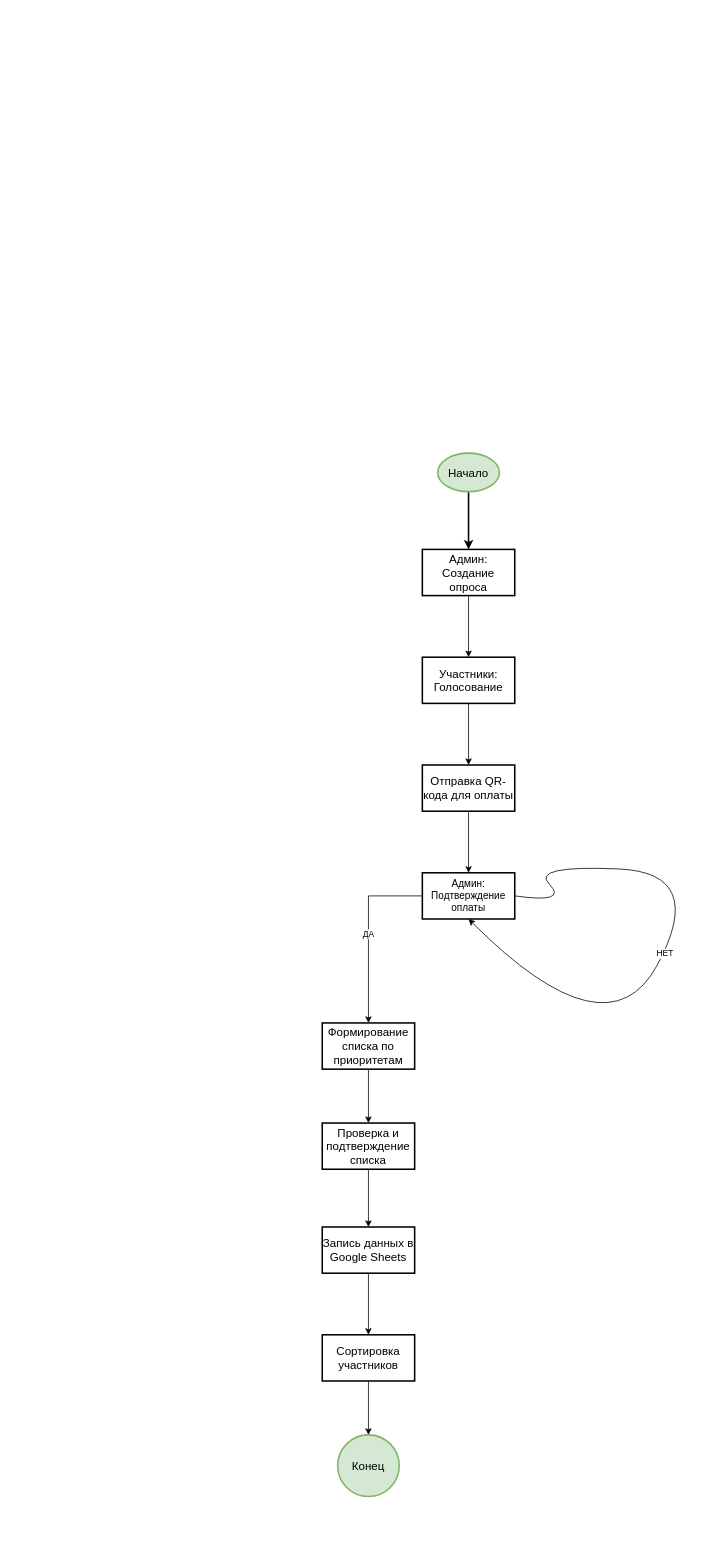
Earlier version of the draw.io diagram Диаграмма без названия.drawio (NatashaTronina/tg_bot). Source tidied: cells renumbered, new cells numbered last; positions are measured from the earlier drawing's top-left corner, leaving out a move shared by most shapes. Both pictures are drawn from the tidied source at 77%, with x=0, y=0 at pixel (322, 453).
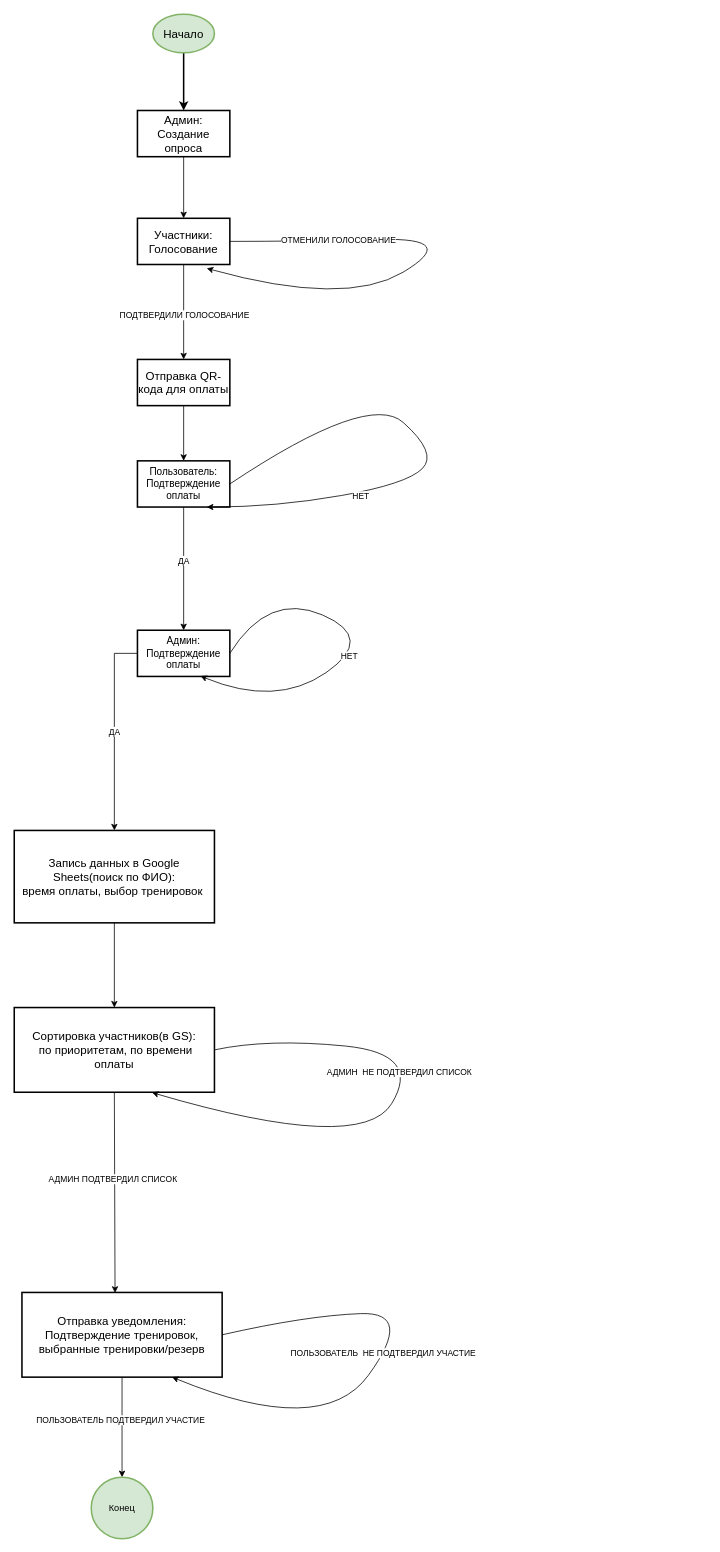
Above is the later version.

Commit message:
Фигня какая-та

Diff of the diagram source:
```diff
@@
-    <mxCell id="2" style="group;" parent="1" vertex="1">
-      <mxGeometry width="500" height="1355" as="geometry" />
-    </mxCell>
-    <mxCell id="3" style="edgeStyle=orthogonalEdgeStyle;rounded=0;jettySize=auto;html=1;strokeWidth=2;" parent="2" edge="1" source="4" target="6">
+    <mxCell id="3" style="edgeStyle=orthogonalEdgeStyle;rounded=0;jettySize=auto;html=1;strokeWidth=2;" parent="1" edge="1" source="4" target="6">
       <mxGeometry relative="1" as="geometry" />
     </mxCell>
-    <mxCell id="4" value="&lt;font style=&quot;font-size: 15px;&quot;&gt;Начало&lt;/font&gt;" style="ellipse;whiteSpace=wrap;html=1;fillColor=#d5e8d4;strokeColor=#82b366;strokeWidth=2;" parent="2" vertex="1">
-      <mxGeometry x="150" width="80" height="50" as="geometry" />
+    <mxCell id="4" value="&lt;font style=&quot;font-size: 15px;&quot;&gt;Начало&lt;/font&gt;" style="ellipse;whiteSpace=wrap;html=1;fillColor=#d5e8d4;strokeColor=#82b366;strokeWidth=2;" parent="1" vertex="1">
+      <mxGeometry x="-220" y="-570" width="80" height="50" as="geometry" />
     </mxCell>
-    <mxCell id="5" style="edgeStyle=orthogonalEdgeStyle;rounded=0;jettySize=auto;html=1;" parent="2" edge="1" source="6" target="8">
+    <mxCell id="5" style="edgeStyle=orthogonalEdgeStyle;rounded=0;jettySize=auto;html=1;" parent="1" edge="1" source="6" target="8">
       <mxGeometry relative="1" as="geometry" />
     </mxCell>
-    <mxCell id="6" value="&lt;font style=&quot;font-size: 15px;&quot;&gt;Админ:&lt;/font&gt;&lt;div&gt;&lt;font style=&quot;font-size: 15px;&quot;&gt;Создание опроса&lt;/font&gt;&lt;/div&gt;" style="whiteSpace=wrap;html=1;fillColor=none;strokeColor=#000000;strokeWidth=2;" parent="2" vertex="1">
-      <mxGeometry x="130" y="125" width="120" height="60" as="geometry" />
+    <mxCell id="6" value="&lt;font style=&quot;font-size: 15px;&quot;&gt;Админ:&lt;/font&gt;&lt;div&gt;&lt;font style=&quot;font-size: 15px;&quot;&gt;Создание опроса&lt;/font&gt;&lt;/div&gt;" style="whiteSpace=wrap;html=1;fillColor=none;strokeColor=#000000;strokeWidth=2;" parent="1" vertex="1">
+      <mxGeometry x="-240" y="-445" width="120" height="60" as="geometry" />
     </mxCell>
-    <mxCell id="7" style="edgeStyle=orthogonalEdgeStyle;rounded=0;jettySize=auto;html=1;" parent="2" edge="1" source="8" target="10">
+    <mxCell id="7" style="edgeStyle=orthogonalEdgeStyle;rounded=0;jettySize=auto;html=1;" parent="1" edge="1" source="8" target="10">
       <mxGeometry relative="1" as="geometry" />
     </mxCell>
+    <mxCell id="25" value="ПОДТВЕРДИЛИ ГОЛОСОВАНИЕ" style="edgeLabel;html=1;align=center;verticalAlign=middle;" parent="7" vertex="1">
+      <mxGeometry x="-0.22" y="1" relative="1" as="geometry">
+        <mxPoint x="-1" y="17" as="offset" />
+      </mxGeometry>
+    </mxCell>
-    <mxCell id="8" value="&lt;font style=&quot;font-size: 15px;&quot;&gt;Участники:&lt;/font&gt;&lt;div&gt;&lt;font style=&quot;font-size: 15px;&quot;&gt;Голосование&lt;/font&gt;&lt;/div&gt;" style="whiteSpace=wrap;html=1;fillColor=none;strokeColor=#000000;strokeWidth=2;" parent="2" vertex="1">
-      <mxGeometry x="130" y="265" width="120" height="60" as="geometry" />
+    <mxCell id="8" value="&lt;font style=&quot;font-size: 15px;&quot;&gt;Участники:&lt;/font&gt;&lt;div&gt;&lt;font style=&quot;font-size: 15px;&quot;&gt;Голосование&lt;/font&gt;&lt;/div&gt;" style="whiteSpace=wrap;html=1;fillColor=none;strokeColor=#000000;strokeWidth=2;" parent="1" vertex="1">
+      <mxGeometry x="-240" y="-305" width="120" height="60" as="geometry" />
     </mxCell>
-    <mxCell id="9" style="edgeStyle=orthogonalEdgeStyle;rounded=0;jettySize=auto;html=1;" parent="2" edge="1" source="10" target="13">
-      <mxGeometry relative="1" as="geometry" />
-    </mxCell>
+    <mxCell id="26" style="edgeStyle=orthogonalEdgeStyle;rounded=0;jettySize=auto;html=1;exitX=0.5;exitY=1;exitDx=0;exitDy=0;entryX=0.5;entryY=0;entryDx=0;entryDy=0;" parent="1" edge="1" source="10" target="29">
+      <mxGeometry relative="1" as="geometry" />
+    </mxCell>
-    <mxCell id="10" value="&lt;font style=&quot;font-size: 15px;&quot;&gt;Отправка QR-кода для оплаты&lt;/font&gt;" style="whiteSpace=wrap;html=1;fillColor=none;strokeColor=#000000;strokeWidth=2;" parent="2" vertex="1">
-      <mxGeometry x="130" y="405" width="120" height="60" as="geometry" />
+    <mxCell id="10" value="&lt;font style=&quot;font-size: 15px;&quot;&gt;Отправка QR-кода для оплаты&lt;/font&gt;" style="whiteSpace=wrap;html=1;fillColor=none;strokeColor=#000000;strokeWidth=2;" parent="1" vertex="1">
+      <mxGeometry x="-240" y="-121.7" width="120" height="60" as="geometry" />
     </mxCell>
-    <mxCell id="11" style="edgeStyle=orthogonalEdgeStyle;rounded=0;jettySize=auto;html=1;" parent="2" edge="1" source="13" target="15">
+    <mxCell id="11" style="edgeStyle=orthogonalEdgeStyle;rounded=0;jettySize=auto;html=1;entryX=0.5;entryY=0;entryDx=0;entryDy=0;" parent="1" edge="1" source="13" target="19">
       <mxGeometry relative="1" as="geometry">
         <Array as="points">
-          <mxPoint x="60" y="575" />
-          <mxPoint x="60" y="715" />
+          <mxPoint x="-270" y="260" />
         </Array>
       </mxGeometry>
     </mxCell>
@@
-    <mxCell id="13" value="&lt;font style=&quot;font-size: 13px;&quot;&gt;Админ:&lt;/font&gt;&lt;div&gt;&lt;font style=&quot;font-size: 13px;&quot;&gt;Подтверждение оплаты&lt;/font&gt;&lt;/div&gt;" style="whiteSpace=wrap;html=1;fillColor=none;strokeColor=#000000;strokeWidth=2;" parent="2" vertex="1">
-      <mxGeometry x="130" y="545" width="120" height="60" as="geometry" />
+    <mxCell id="13" value="&lt;font style=&quot;font-size: 13px;&quot;&gt;Админ:&lt;/font&gt;&lt;div&gt;&lt;font style=&quot;font-size: 13px;&quot;&gt;Подтверждение оплаты&lt;/font&gt;&lt;/div&gt;" style="whiteSpace=wrap;html=1;fillColor=none;strokeColor=#000000;strokeWidth=2;" parent="1" vertex="1">
+      <mxGeometry x="-240" y="230" width="120" height="60" as="geometry" />
     </mxCell>
-    <mxCell id="14" style="edgeStyle=orthogonalEdgeStyle;rounded=0;jettySize=auto;html=1;" parent="2" edge="1" source="15" target="17">
-      <mxGeometry relative="1" as="geometry" />
-    </mxCell>
-    <mxCell id="15" value="&lt;font style=&quot;font-size: 15px;&quot;&gt;Формирование списка по приоритетам&lt;/font&gt;" style="whiteSpace=wrap;html=1;fillColor=none;strokeColor=#000000;strokeWidth=2;" parent="2" vertex="1">
-      <mxGeometry y="740" width="120" height="60" as="geometry" />
-    </mxCell>
-    <mxCell id="16" style="edgeStyle=orthogonalEdgeStyle;rounded=0;jettySize=auto;html=1;" parent="2" edge="1" source="17" target="19">
-      <mxGeometry relative="1" as="geometry" />
-    </mxCell>
-    <mxCell id="17" value="&lt;font style=&quot;font-size: 15px;&quot;&gt;Проверка и подтверждение списка&lt;/font&gt;" style="whiteSpace=wrap;html=1;fillColor=none;strokeColor=#000000;strokeWidth=2;" parent="2" vertex="1">
-      <mxGeometry y="870" width="120" height="60" as="geometry" />
-    </mxCell>
-    <mxCell id="18" style="edgeStyle=orthogonalEdgeStyle;rounded=0;jettySize=auto;html=1;" parent="2" edge="1" source="19" target="23">
+    <mxCell id="18" style="edgeStyle=orthogonalEdgeStyle;rounded=0;jettySize=auto;html=1;" parent="1" edge="1" source="19" target="23">
       <mxGeometry relative="1" as="geometry" />
     </mxCell>
-    <mxCell id="19" value="&lt;span style=&quot;font-size: 15px;&quot;&gt;Запись данных в Google Sheets&lt;/span&gt;" style="whiteSpace=wrap;html=1;fillColor=none;strokeColor=#000000;strokeWidth=2;" parent="2" vertex="1">
-      <mxGeometry y="1005" width="120" height="60" as="geometry" />
+    <mxCell id="19" value="&lt;span style=&quot;font-size: 15px;&quot;&gt;Запись данных в Google Sheets(поиск по ФИО):&lt;/span&gt;&lt;div&gt;&lt;span style=&quot;font-size: 15px;&quot;&gt;время оплаты, выбор тренировок&amp;nbsp;&lt;/span&gt;&lt;/div&gt;" style="whiteSpace=wrap;html=1;fillColor=none;strokeColor=#000000;strokeWidth=2;" parent="1" vertex="1">
+      <mxGeometry x="-400" y="490" width="260" height="120" as="geometry" />
     </mxCell>
+    <mxCell id="23" value="&lt;font style=&quot;font-size: 15px;&quot;&gt;Сортировка участников(в GS):&lt;/font&gt;&lt;div&gt;&lt;font style=&quot;font-size: 15px;&quot;&gt;&amp;nbsp;по приоритетам, по времени оплаты&lt;/font&gt;&lt;/div&gt;" style="whiteSpace=wrap;html=1;fillColor=none;strokeColor=#000000;strokeWidth=2;" parent="1" vertex="1">
+      <mxGeometry x="-400" y="720" width="260" height="110" as="geometry" />
+    </mxCell>
+    <mxCell id="27" style="edgeStyle=orthogonalEdgeStyle;rounded=0;jettySize=auto;html=1;exitX=0.5;exitY=1;exitDx=0;exitDy=0;entryX=0.5;entryY=0;entryDx=0;entryDy=0;" parent="1" edge="1" source="29" target="13">
+      <mxGeometry relative="1" as="geometry" />
+    </mxCell>
+    <mxCell id="28" value="ДА" style="edgeLabel;html=1;align=center;verticalAlign=middle;" parent="27" vertex="1">
+      <mxGeometry x="-0.14" y="-1" relative="1" as="geometry" />
+    </mxCell>
+    <mxCell id="29" value="&lt;div&gt;&lt;font style=&quot;font-size: 13px;&quot;&gt;Пользователь:&lt;/font&gt;&lt;/div&gt;&lt;div&gt;&lt;font style=&quot;font-size: 13px;&quot;&gt;Подтверждение оплаты&lt;/font&gt;&lt;/div&gt;" style="whiteSpace=wrap;html=1;fillColor=none;strokeColor=#000000;strokeWidth=2;" parent="1" vertex="1">
+      <mxGeometry x="-240" y="10" width="120" height="60" as="geometry" />
+    </mxCell>
+    <mxCell id="30" style="curved=1;endArrow=classic;html=1;rounded=0;exitX=1;exitY=0.5;exitDx=0;exitDy=0;entryX=0.75;entryY=1;entryDx=0;entryDy=0;" parent="1" edge="1" source="29" target="29">
+      <mxGeometry relative="1" as="geometry">
+        <Array as="points">
+          <mxPoint x="60" y="-80" />
+          <mxPoint x="150" />
+          <mxPoint x="110" y="40" />
+          <mxPoint x="-60" y="70" />
+        </Array>
+      </mxGeometry>
+    </mxCell>
+    <mxCell id="31" value="НЕТ" style="edgeLabel;html=1;align=center;verticalAlign=middle;" parent="30" vertex="1">
+      <mxGeometry x="0.39" y="5" relative="1" as="geometry" />
+    </mxCell>
-    <mxCell id="20" style="curved=1;endArrow=classic;html=1;rounded=0;exitX=1;exitY=0.5;exitDx=0;exitDy=0;entryX=0.5;entryY=1;entryDx=0;entryDy=0;" parent="2" edge="1" source="13" target="13">
+    <mxCell id="20" style="curved=1;endArrow=classic;html=1;rounded=0;entryX=0.682;entryY=0.991;entryDx=0;entryDy=0;entryPerimeter=0;exitX=1;exitY=0.5;exitDx=0;exitDy=0;" parent="1" edge="1" source="13" target="13">
       <mxGeometry relative="1" as="geometry">
         <Array as="points">
-          <mxPoint x="320" y="585" />
-          <mxPoint x="270" y="535" />
-          <mxPoint x="500" y="545" />
-          <mxPoint x="370" y="785" />
+          <mxPoint x="-70" y="180" />
+          <mxPoint x="70" y="240" />
+          <mxPoint x="-60" y="330" />
         </Array>
       </mxGeometry>
     </mxCell>
-    <mxCell id="21" value="НЕТ" style="edgeLabel;html=1;align=center;verticalAlign=middle;" parent="20" vertex="1">
-      <mxGeometry x="0.09" y="1" relative="1" as="geometry" />
-    </mxCell>
-    <mxCell id="22" style="edgeStyle=orthogonalEdgeStyle;rounded=0;jettySize=auto;html=1;" parent="2" edge="1" source="23" target="24">
-      <mxGeometry relative="1" as="geometry" />
-    </mxCell>
-    <mxCell id="23" value="&lt;font style=&quot;font-size: 15px;&quot;&gt;Сортировка участников&lt;/font&gt;" style="whiteSpace=wrap;html=1;fillColor=none;strokeColor=#000000;strokeWidth=2;" parent="2" vertex="1">
-      <mxGeometry y="1145" width="120" height="60" as="geometry" />
-    </mxCell>
+    <mxCell id="32" value="НЕТ" style="edgeLabel;html=1;align=center;verticalAlign=middle;" parent="20" vertex="1">
+      <mxGeometry x="0.13" y="-1" relative="1" as="geometry" />
+    </mxCell>
+    <mxCell id="33" style="curved=1;endArrow=classic;html=1;rounded=0;exitX=1;exitY=0.5;exitDx=0;exitDy=0;" parent="1" edge="1" source="8">
+      <mxGeometry relative="1" as="geometry">
+        <mxPoint x="-150" y="-240" as="targetPoint" />
+        <Array as="points">
+          <mxPoint x="-30" y="-275" />
+          <mxPoint x="180" y="-280" />
+          <mxPoint x="30" y="-190" />
+        </Array>
+      </mxGeometry>
+    </mxCell>
+    <mxCell id="34" value="ОТМЕНИЛИ ГОЛОСОВАНИЕ" style="edgeLabel;html=1;align=center;verticalAlign=middle;" parent="33" vertex="1">
+      <mxGeometry x="-0.57" relative="1" as="geometry">
+        <mxPoint x="-1" as="offset" />
+      </mxGeometry>
+    </mxCell>
+    <mxCell id="35" style="edgeStyle=orthogonalEdgeStyle;rounded=0;jettySize=auto;html=1;" parent="1" edge="1" source="37" target="24">
+      <mxGeometry relative="1" as="geometry" />
+    </mxCell>
+    <mxCell id="36" value="ПОЛЬЗОВАТЕЛЬ ПОДТВЕРДИЛ УЧАСТИЕ" style="edgeLabel;html=1;align=center;verticalAlign=middle;" parent="35" vertex="1">
+      <mxGeometry x="-0.16" y="-3" relative="1" as="geometry" />
+    </mxCell>
+    <mxCell id="37" value="&lt;span style=&quot;font-size: 15px;&quot;&gt;Отправка уведомления:&lt;/span&gt;&lt;div&gt;&lt;span style=&quot;font-size: 15px;&quot;&gt;Подтверждение тренировок, выбранные тренировки/резерв&lt;/span&gt;&lt;/div&gt;" style="whiteSpace=wrap;html=1;fillColor=none;strokeColor=#000000;strokeWidth=2;" parent="1" vertex="1">
+      <mxGeometry x="-390" y="1090" width="260" height="110" as="geometry" />
+    </mxCell>
+    <mxCell id="38" style="curved=1;endArrow=classic;html=1;rounded=0;exitX=1;exitY=0.5;exitDx=0;exitDy=0;entryX=0.75;entryY=1;entryDx=0;entryDy=0;" parent="1" edge="1" source="37" target="37">
+      <mxGeometry relative="1" as="geometry">
+        <Array as="points">
+          <mxPoint x="-20" y="1120" />
+          <mxPoint x="120" y="1115" />
+          <mxPoint y="1280" />
+        </Array>
+      </mxGeometry>
+    </mxCell>
+    <mxCell id="39" value="ПОЛЬЗОВАТЕЛЬ&amp;nbsp; НЕ ПОДТВЕРДИЛ УЧАСТИЕ" style="edgeLabel;html=1;align=center;verticalAlign=middle;" parent="38" vertex="1">
+      <mxGeometry x="-0.04" y="-2" relative="1" as="geometry" />
+    </mxCell>
-    <mxCell id="24" value="&lt;font style=&quot;font-size: 15px;&quot;&gt;Конец&lt;/font&gt;" style="ellipse;whiteSpace=wrap;html=1;fillColor=#d5e8d4;strokeColor=#82b366;strokeWidth=2;" parent="2" vertex="1">
-      <mxGeometry x="20" y="1275" width="80" height="80" as="geometry" />
+    <mxCell id="24" value="Конец" style="ellipse;whiteSpace=wrap;html=1;fillColor=#d5e8d4;strokeColor=#82b366;strokeWidth=2;" parent="1" vertex="1">
+      <mxGeometry x="-300" y="1330" width="80" height="80" as="geometry" />
     </mxCell>
+    <mxCell id="40" style="curved=1;endArrow=classic;html=1;rounded=0;exitX=1;exitY=0.5;exitDx=0;exitDy=0;entryX=0.688;entryY=1.004;entryDx=0;entryDy=0;entryPerimeter=0;" parent="1" edge="1" source="23" target="23">
+      <mxGeometry relative="1" as="geometry">
+        <Array as="points">
+          <mxPoint x="-70" y="760" />
+          <mxPoint x="130" y="780" />
+          <mxPoint x="50" y="910" />
+        </Array>
+      </mxGeometry>
+    </mxCell>
+    <mxCell id="41" value="АДМИН&amp;nbsp; НЕ ПОДТВЕРДИЛ СПИСОК" style="edgeLabel;html=1;align=center;verticalAlign=middle;" parent="40" vertex="1">
+      <mxGeometry x="-0.13" y="-14" relative="1" as="geometry">
+        <mxPoint y="1" as="offset" />
+      </mxGeometry>
+    </mxCell>
+    <mxCell id="42" style="endArrow=classic;html=1;rounded=0;exitX=0.5;exitY=1;exitDx=0;exitDy=0;entryX=0.465;entryY=0.005;entryDx=0;entryDy=0;entryPerimeter=0;" parent="1" edge="1" source="23" target="37">
+      <mxGeometry relative="1" as="geometry" />
+    </mxCell>
+    <mxCell id="43" value="АДМИН ПОДТВЕРДИЛ СПИСОК" style="edgeLabel;html=1;align=center;verticalAlign=middle;" parent="42" vertex="1">
+      <mxGeometry x="-0.14" y="-3" relative="1" as="geometry" />
+    </mxCell>
```
